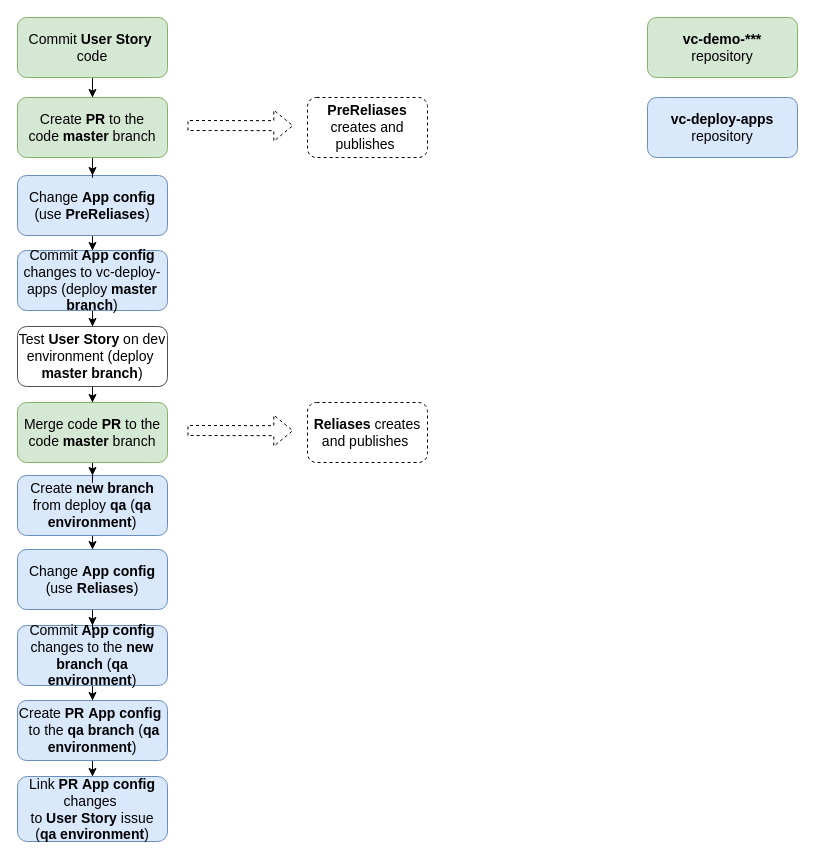
Before: page "Master branch flow" (5 of 5) of docs/media/ArgoCD flows.drawio in VirtoCommerce/vc-deploy-apps, a draw.io diagram. Source tidied: cells renumbered, new cells numbered last; positions are measured from the earlier drawing's top-left corner, leaving out a move shared by most shapes. Both pictures are drawn from the tidied source at 100%, with x=0, y=0 at pixel (17, 17).
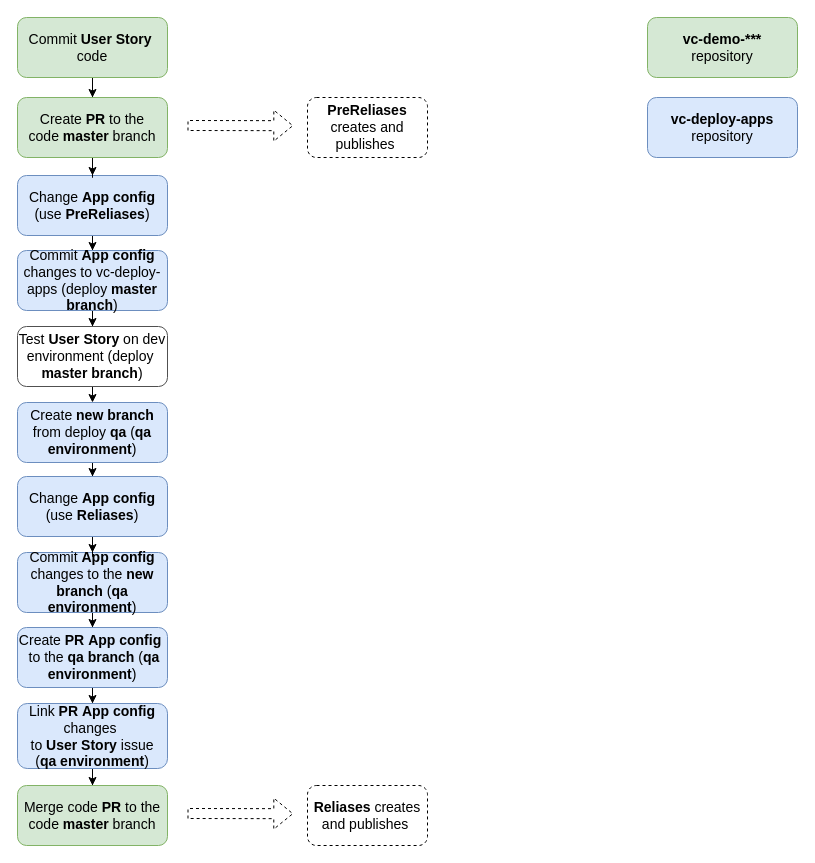
Above is the later version.

Commit message (it also covers changes not shown here):
VP-4536: Update mater flow diagram

Unchanged cells that the change refers to:
```xml
<mxCell id="9" value="Test &lt;b&gt;User Story&lt;/b&gt; on dev environment (deploy&amp;nbsp;&lt;br&gt;&lt;b&gt;master branch&lt;/b&gt;)" style="rounded=1;whiteSpace=wrap;html=1;strokeColor=#505050;fillColor=#FFFFFF;fontSize=14;" parent="1" vertex="1">
  <mxGeometry y="309" width="150" height="60" as="geometry" />
</mxCell>
```

The edit, as a diff of the source:
```diff
@@
-    <mxCell id="8" style="edgeStyle=orthogonalEdgeStyle;rounded=0;jettySize=auto;html=1;entryX=0.5;entryY=0;entryDx=0;entryDy=0;fontSize=14;" parent="1" edge="1" source="9" target="22">
-      <mxGeometry relative="1" as="geometry" />
-    </mxCell>
+    <mxCell id="29" style="edgeStyle=orthogonalEdgeStyle;rounded=0;jettySize=auto;html=1;entryX=0.5;entryY=0;entryDx=0;entryDy=0;" parent="1" edge="1" target="11">
+      <mxGeometry relative="1" as="geometry">
+        <mxPoint x="75" y="366" as="sourcePoint" />
+      </mxGeometry>
+    </mxCell>
@@
     <mxCell id="11" value="Create &lt;b&gt;new branch&lt;/b&gt; from deploy&amp;nbsp;&lt;b&gt;qa&amp;nbsp;&lt;/b&gt;(&lt;b&gt;qa environment&lt;/b&gt;)" style="rounded=1;whiteSpace=wrap;html=1;strokeColor=#6c8ebf;fillColor=#dae8fc;fontSize=14;" parent="1" vertex="1">
-      <mxGeometry y="458" width="150" height="60" as="geometry" />
+      <mxGeometry y="385" width="150" height="60" as="geometry" />
     </mxCell>
@@
     <mxCell id="13" value="Commit &lt;b&gt;App config&lt;/b&gt; changes to the &lt;b&gt;new branch&lt;/b&gt; (&lt;b&gt;qa environment&lt;/b&gt;)" style="rounded=1;whiteSpace=wrap;html=1;strokeColor=#6c8ebf;fillColor=#dae8fc;fontSize=14;" parent="1" vertex="1">
-      <mxGeometry y="608" width="150" height="60" as="geometry" />
+      <mxGeometry y="535" width="150" height="60" as="geometry" />
     </mxCell>
+    <mxCell id="30" style="edgeStyle=orthogonalEdgeStyle;rounded=0;jettySize=auto;html=1;entryX=0.5;entryY=0;entryDx=0;entryDy=0;" parent="1" edge="1" source="14" target="22">
+      <mxGeometry relative="1" as="geometry" />
+    </mxCell>
     <mxCell id="14" value="Link &lt;b&gt;PR&amp;nbsp;App config&lt;/b&gt; changes&amp;nbsp;&lt;br&gt;to &lt;b&gt;User Story&lt;/b&gt; issue&lt;br&gt;(&lt;b&gt;qa environment&lt;/b&gt;)" style="rounded=1;whiteSpace=wrap;html=1;strokeColor=#6c8ebf;fillColor=#dae8fc;fontSize=14;" parent="1" vertex="1">
-      <mxGeometry y="759" width="150" height="65" as="geometry" />
+      <mxGeometry y="686" width="150" height="65" as="geometry" />
     </mxCell>
@@
     <mxCell id="16" value="Create &lt;b&gt;PR&amp;nbsp;&lt;/b&gt;&lt;b&gt;App config&lt;/b&gt;&amp;nbsp;&lt;b&gt;&lt;br&gt;&lt;/b&gt;&amp;nbsp;to the &lt;b&gt;qa&amp;nbsp;branch&lt;/b&gt; (&lt;b&gt;qa environment&lt;/b&gt;)" style="rounded=1;whiteSpace=wrap;html=1;strokeColor=#6c8ebf;fillColor=#dae8fc;fontSize=14;" parent="1" vertex="1">
-      <mxGeometry y="683" width="150" height="60" as="geometry" />
+      <mxGeometry y="610" width="150" height="60" as="geometry" />
     </mxCell>
@@
-    <mxCell id="21" style="edgeStyle=orthogonalEdgeStyle;rounded=0;jettySize=auto;html=1;entryX=0.5;entryY=0;entryDx=0;entryDy=0;fontSize=14;" parent="1" edge="1" source="22" target="11">
-      <mxGeometry relative="1" as="geometry" />
-    </mxCell>
-    <mxCell id="22" value="Merge code&amp;nbsp;&lt;b&gt;PR&lt;/b&gt; to the code&amp;nbsp;&lt;b&gt;master&lt;/b&gt; branch" style="rounded=1;whiteSpace=wrap;html=1;strokeColor=#82b366;fillColor=#d5e8d4;fontSize=14;" parent="1" vertex="1">
-      <mxGeometry y="385" width="150" height="60" as="geometry" />
-    </mxCell>
-    <mxCell id="23" style="shape=flexArrow;endArrow=classic;html=1;fontSize=13;entryX=-0.008;entryY=0.385;entryDx=0;entryDy=0;entryPerimeter=0;dashed=1;" parent="1" edge="1">
-      <mxGeometry relative="1" as="geometry">
-        <mxPoint x="170" y="413" as="sourcePoint" />
-        <mxPoint x="275.8" y="413.2" as="targetPoint" />
-      </mxGeometry>
-    </mxCell>
-    <mxCell id="24" value="&lt;b&gt;Reliases&lt;/b&gt; creates and publishes&amp;nbsp;" style="rounded=1;whiteSpace=wrap;html=1;fontSize=14;dashed=1;" parent="1" vertex="1">
-      <mxGeometry x="290" y="385" width="120" height="60" as="geometry" />
-    </mxCell>
@@
     <mxCell id="28" value="Change &lt;b&gt;App config&lt;/b&gt;&lt;br&gt;(use &lt;b&gt;Reliases&lt;/b&gt;)" style="rounded=1;whiteSpace=wrap;html=1;strokeColor=#6c8ebf;fillColor=#dae8fc;fontSize=14;" parent="1" vertex="1">
-      <mxGeometry y="532" width="150" height="60" as="geometry" />
+      <mxGeometry y="459" width="150" height="60" as="geometry" />
     </mxCell>
+    <mxCell id="22" value="Merge code&amp;nbsp;&lt;b&gt;PR&lt;/b&gt; to the code&amp;nbsp;&lt;b&gt;master&lt;/b&gt; branch" style="rounded=1;whiteSpace=wrap;html=1;strokeColor=#82b366;fillColor=#d5e8d4;fontSize=14;" parent="1" vertex="1">
+      <mxGeometry y="768" width="150" height="60" as="geometry" />
+    </mxCell>
+    <mxCell id="31" style="shape=flexArrow;endArrow=classic;html=1;fontSize=13;entryX=-0.008;entryY=0.385;entryDx=0;entryDy=0;entryPerimeter=0;dashed=1;" parent="1" edge="1">
+      <mxGeometry relative="1" as="geometry">
+        <mxPoint x="170" y="796" as="sourcePoint" />
+        <mxPoint x="275.8" y="796.2" as="targetPoint" />
+      </mxGeometry>
+    </mxCell>
+    <mxCell id="24" value="&lt;b&gt;Reliases&lt;/b&gt; creates and publishes&amp;nbsp;" style="rounded=1;whiteSpace=wrap;html=1;fontSize=14;dashed=1;" parent="1" vertex="1">
+      <mxGeometry x="290" y="768" width="120" height="60" as="geometry" />
+    </mxCell>
```
